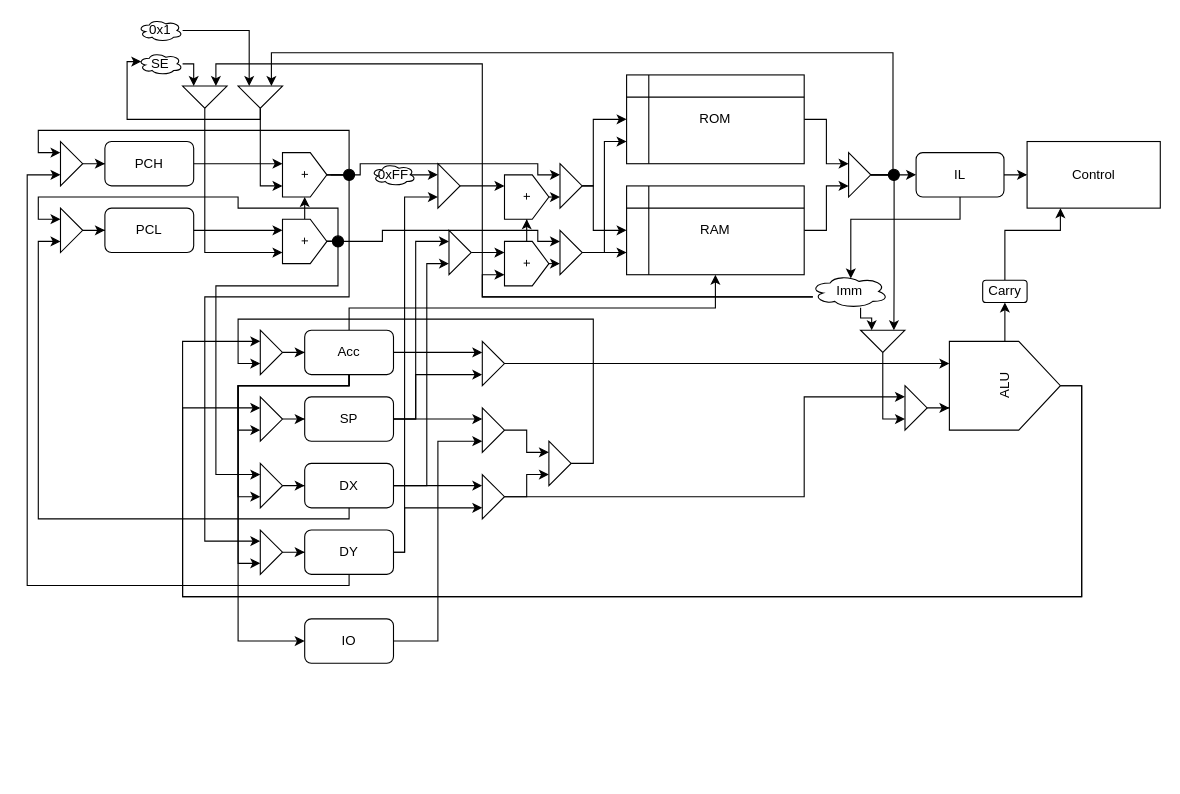
Above: page "Page-1" (1 of 2) of Design/datapath.drawio in LithosphereRocketry/Nandy (draw.io), before the change. Source tidied: cells renumbered, new cells numbered last; positions are measured from the earlier drawing's top-left corner, leaving out a move shared by most shapes. Both pictures are drawn from the tidied source at 111%, with x=0, y=0 at pixel (27, 19).
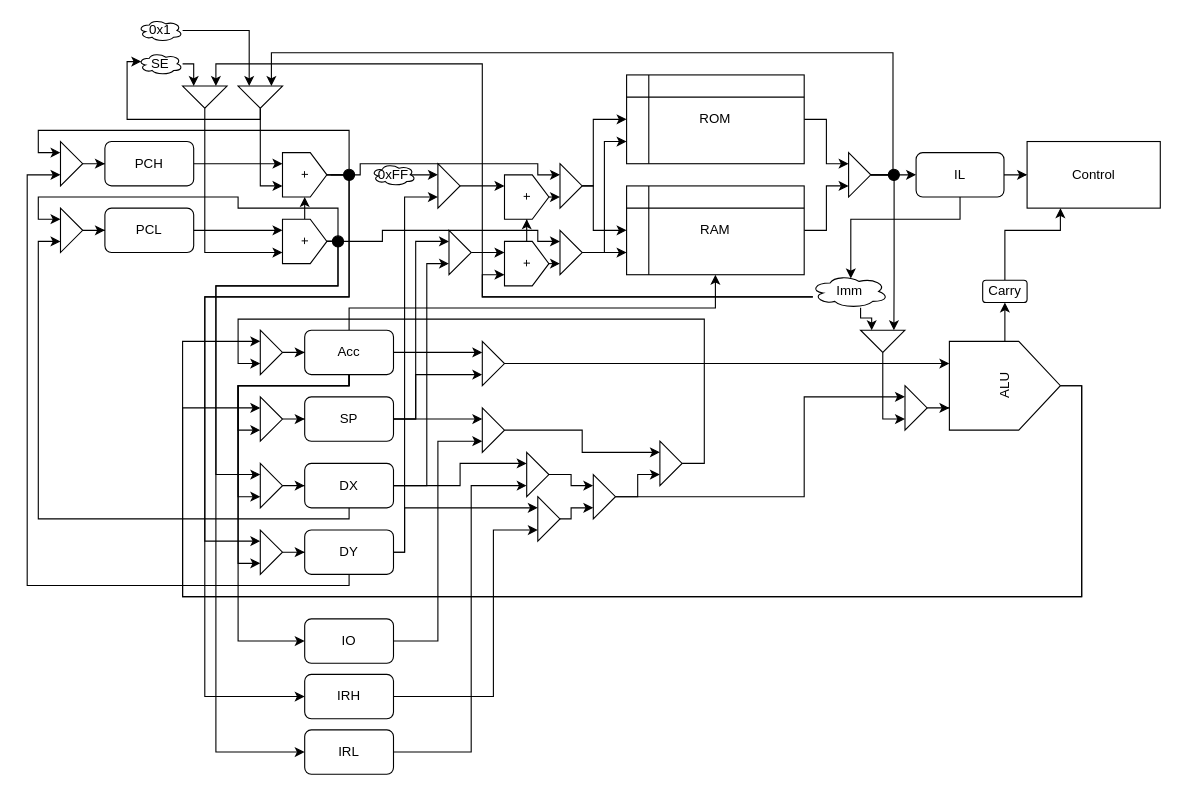
The same diagram, later.

Commit message:
Added interrupts to datapath drawing

The change refers to these unchanged cells:
```xml
<mxCell id="16" value="DX" style="rounded=1;whiteSpace=wrap;html=1;" parent="1" vertex="1">
  <mxGeometry x="250" y="400" width="80" height="40" as="geometry" />
</mxCell>
<mxCell id="20" value="DY" style="rounded=1;whiteSpace=wrap;html=1;" parent="1" vertex="1">
  <mxGeometry x="250" y="460" width="80" height="40" as="geometry" />
</mxCell>
<mxCell id="77" style="triangle;whiteSpace=wrap;html=1;" parent="1" vertex="1">
  <mxGeometry x="210" y="280" width="20" height="40" as="geometry" />
</mxCell>
<mxCell id="110" style="ellipse;whiteSpace=wrap;html=1;fillColor=#000000;" parent="1" vertex="1">
  <mxGeometry x="275" y="195" width="10" height="10" as="geometry" />
</mxCell>
<mxCell id="113" style="ellipse;whiteSpace=wrap;html=1;fillColor=#000000;" parent="1" vertex="1">
  <mxGeometry x="285" y="135" width="10" height="10" as="geometry" />
</mxCell>
```

What changed in the source:
```diff
@@
-    <mxCell id="13" style="edgeStyle=orthogonalEdgeStyle;rounded=0;jettySize=auto;html=1;entryX=0;entryY=0.25;entryDx=0;entryDy=0;" parent="1" edge="1" source="16" target="29">
+    <mxCell id="13" style="edgeStyle=orthogonalEdgeStyle;rounded=0;jettySize=auto;html=1;entryX=0;entryY=0.25;entryDx=0;entryDy=0;" parent="1" edge="1" source="16" target="122">
       <mxGeometry relative="1" as="geometry" />
     </mxCell>
@@
-    <mxCell id="17" style="edgeStyle=orthogonalEdgeStyle;rounded=0;jettySize=auto;html=1;entryX=0;entryY=0.75;entryDx=0;entryDy=0;" parent="1" edge="1" source="20" target="29">
+    <mxCell id="17" style="edgeStyle=orthogonalEdgeStyle;rounded=0;jettySize=auto;html=1;entryX=0;entryY=0.25;entryDx=0;entryDy=0;" parent="1" edge="1" source="20" target="124">
       <mxGeometry relative="1" as="geometry">
         <Array as="points">
           <mxPoint x="340" y="480" />
           <mxPoint x="340" y="440" />
         </Array>
       </mxGeometry>
     </mxCell>
@@
     <mxCell id="28" style="edgeStyle=orthogonalEdgeStyle;rounded=0;jettySize=auto;html=1;entryX=0;entryY=0.75;entryDx=0;entryDy=0;" parent="1" edge="1" source="29" target="79">
       <mxGeometry relative="1" as="geometry">
         <Array as="points">
-          <mxPoint x="450" y="430" />
-          <mxPoint x="450" y="410" />
+          <mxPoint x="550" y="430" />
+          <mxPoint x="550" y="410" />
         </Array>
       </mxGeometry>
     </mxCell>
     <mxCell id="29" style="triangle;whiteSpace=wrap;html=1;" parent="1" vertex="1">
-      <mxGeometry x="410" y="410" width="20" height="40" as="geometry" />
+      <mxGeometry x="510" y="410" width="20" height="40" as="geometry" />
     </mxCell>
@@
     <mxCell id="78" style="edgeStyle=orthogonalEdgeStyle;rounded=0;jettySize=auto;html=1;entryX=0;entryY=0.75;entryDx=0;entryDy=0;" parent="1" edge="1" source="79" target="77">
       <mxGeometry relative="1" as="geometry">
         <Array as="points">
-          <mxPoint x="510" y="400" />
-          <mxPoint x="510" y="270" />
+          <mxPoint x="610" y="400" />
+          <mxPoint x="610" y="270" />
           <mxPoint x="190" y="270" />
           <mxPoint x="190" y="310" />
         </Array>
       </mxGeometry>
     </mxCell>
     <mxCell id="79" style="triangle;whiteSpace=wrap;html=1;" parent="1" vertex="1">
-      <mxGeometry x="470" y="380" width="20" height="40" as="geometry" />
+      <mxGeometry x="570" y="380" width="20" height="40" as="geometry" />
     </mxCell>
@@
+    <mxCell id="115" style="edgeStyle=orthogonalEdgeStyle;rounded=0;jettySize=auto;html=1;entryX=0;entryY=0.5;entryDx=0;entryDy=0;" parent="1" edge="1" source="110" target="120">
+      <mxGeometry relative="1" as="geometry">
+        <Array as="points">
+          <mxPoint x="280" y="240" />
+          <mxPoint x="170" y="240" />
+          <mxPoint x="170" y="660" />
+        </Array>
+      </mxGeometry>
+    </mxCell>
@@
+    <mxCell id="116" style="edgeStyle=orthogonalEdgeStyle;rounded=0;jettySize=auto;html=1;entryX=0;entryY=0.5;entryDx=0;entryDy=0;" parent="1" edge="1" source="113" target="118">
+      <mxGeometry relative="1" as="geometry">
+        <Array as="points">
+          <mxPoint x="290" y="250" />
+          <mxPoint x="160" y="250" />
+          <mxPoint x="160" y="610" />
+        </Array>
+      </mxGeometry>
+    </mxCell>
@@
+    <mxCell id="117" style="edgeStyle=orthogonalEdgeStyle;rounded=0;jettySize=auto;html=1;entryX=0;entryY=0.75;entryDx=0;entryDy=0;" parent="1" edge="1" source="118" target="124">
+      <mxGeometry relative="1" as="geometry">
+        <Array as="points">
+          <mxPoint x="420" y="610" />
+          <mxPoint x="420" y="460" />
+        </Array>
+      </mxGeometry>
+    </mxCell>
+    <mxCell id="118" value="IRH" style="rounded=1;whiteSpace=wrap;html=1;" parent="1" vertex="1">
+      <mxGeometry x="250" y="590" width="80" height="40" as="geometry" />
+    </mxCell>
+    <mxCell id="119" style="edgeStyle=orthogonalEdgeStyle;rounded=0;jettySize=auto;html=1;entryX=0;entryY=0.75;entryDx=0;entryDy=0;" parent="1" edge="1" source="120" target="122">
+      <mxGeometry relative="1" as="geometry">
+        <Array as="points">
+          <mxPoint x="400" y="660" />
+          <mxPoint x="400" y="420" />
+        </Array>
+      </mxGeometry>
+    </mxCell>
+    <mxCell id="120" value="IRL" style="rounded=1;whiteSpace=wrap;html=1;" parent="1" vertex="1">
+      <mxGeometry x="250" y="640" width="80" height="40" as="geometry" />
+    </mxCell>
+    <mxCell id="121" style="edgeStyle=orthogonalEdgeStyle;rounded=0;jettySize=auto;html=1;exitX=1;exitY=0.5;exitDx=0;exitDy=0;entryX=0;entryY=0.25;entryDx=0;entryDy=0;" parent="1" edge="1" source="122" target="29">
+      <mxGeometry relative="1" as="geometry" />
+    </mxCell>
+    <mxCell id="122" style="triangle;whiteSpace=wrap;html=1;" parent="1" vertex="1">
+      <mxGeometry x="450" y="390" width="20" height="40" as="geometry" />
+    </mxCell>
+    <mxCell id="123" style="edgeStyle=orthogonalEdgeStyle;rounded=0;jettySize=auto;html=1;entryX=0;entryY=0.75;entryDx=0;entryDy=0;" parent="1" edge="1" source="124" target="29">
+      <mxGeometry relative="1" as="geometry">
+        <Array as="points">
+          <mxPoint x="490" y="450" />
+          <mxPoint x="490" y="440" />
+        </Array>
+      </mxGeometry>
+    </mxCell>
+    <mxCell id="124" style="triangle;whiteSpace=wrap;html=1;" parent="1" vertex="1">
+      <mxGeometry x="460" y="430" width="20" height="40" as="geometry" />
+    </mxCell>
```
